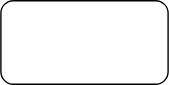
The draw.io diagram 未命名绘图.drawio.svg in FEDuang/pictureLib, before a commit. Source tidied: cells renumbered, new cells last; positions are measured from the earlier drawing's top-left corner, leaving out a move shared by most shapes.
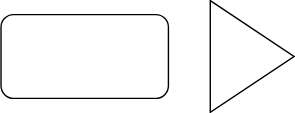
The same file after the commit.

Commit message:
更新未命名绘图.drawio.svg

Diff of the diagram source:
```diff
@@ -5,5 +5,8 @@
     <mxCell id="2" style="rounded=1;whiteSpace=wrap;html=1;" parent="1" vertex="1">
       <mxGeometry width="120" height="60" as="geometry" />
     </mxCell>
+    <mxCell id="3" style="triangle;whiteSpace=wrap;html=1;" parent="1" vertex="1">
+      <mxGeometry x="150" y="-10" width="60" height="80" as="geometry" />
+    </mxCell>
   </root>
 </mxGraphModel>
```
